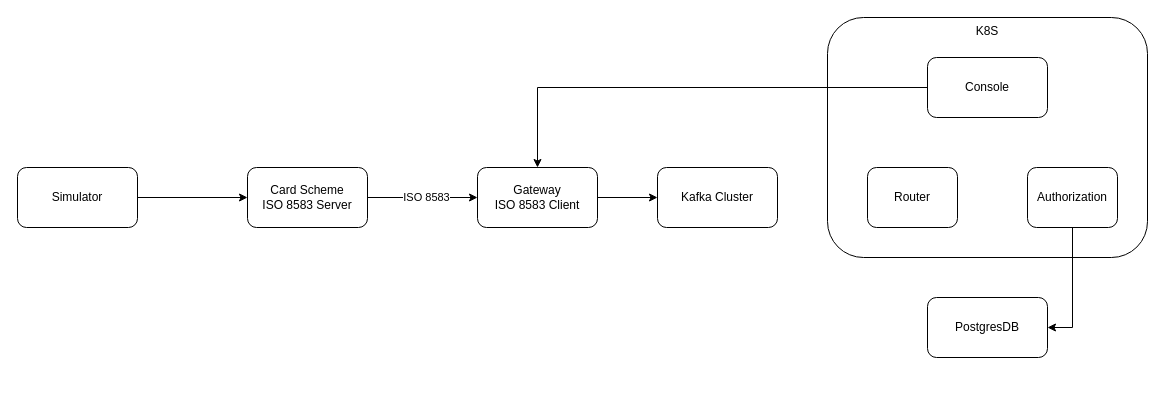
Above: iso8583.drawio in hieunguyen810/iso8583-demo (draw.io), before the change. Source tidied: cells renumbered, new cells numbered last; positions are measured from the earlier drawing's top-left corner, leaving out a move shared by most shapes. Both pictures are drawn from the tidied source at 100%, with x=0, y=0 at pixel (17, 17).
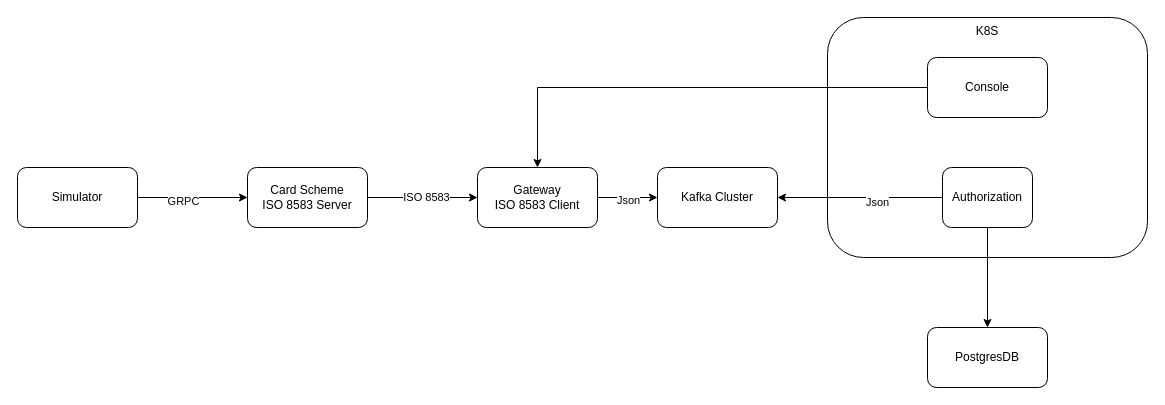
After the change.

What changed in the source:
```diff
@@
 <mxGraphModel>
   <root>
     <mxCell id="0" />
     <mxCell id="1" parent="0" />
     <mxCell id="2" style="edgeStyle=orthogonalEdgeStyle;rounded=0;jettySize=auto;html=1;" parent="1" edge="1" source="3" target="6">
       <mxGeometry relative="1" as="geometry" />
     </mxCell>
+    <mxCell id="17" value="GRPC" style="edgeLabel;html=1;align=center;verticalAlign=middle;" parent="2" vertex="1">
+      <mxGeometry x="-0.18" y="-3" relative="1" as="geometry" />
+    </mxCell>
     <mxCell id="3" value="Simulator" style="rounded=1;whiteSpace=wrap;html=1;" parent="1" vertex="1">
       <mxGeometry y="150" width="120" height="60" as="geometry" />
     </mxCell>
     <mxCell id="4" style="edgeStyle=orthogonalEdgeStyle;rounded=0;jettySize=auto;html=1;entryX=0;entryY=0.5;entryDx=0;entryDy=0;" parent="1" edge="1" source="6" target="8">
       <mxGeometry relative="1" as="geometry" />
     </mxCell>
     <mxCell id="5" value="ISO 8583" style="edgeLabel;html=1;align=center;verticalAlign=middle;" parent="4" vertex="1">
       <mxGeometry x="0.05" y="1" relative="1" as="geometry" />
     </mxCell>
     <mxCell id="6" value="&lt;div&gt;Card Scheme&lt;/div&gt;ISO 8583 Server" style="rounded=1;whiteSpace=wrap;html=1;" parent="1" vertex="1">
       <mxGeometry x="230" y="150" width="120" height="60" as="geometry" />
     </mxCell>
     <mxCell id="7" style="edgeStyle=orthogonalEdgeStyle;rounded=0;jettySize=auto;html=1;entryX=0;entryY=0.5;entryDx=0;entryDy=0;" parent="1" edge="1" source="8" target="10">
       <mxGeometry relative="1" as="geometry" />
     </mxCell>
+    <mxCell id="18" value="Json" style="edgeLabel;html=1;align=center;verticalAlign=middle;" parent="7" vertex="1">
+      <mxGeometry y="-2" relative="1" as="geometry" />
+    </mxCell>
     <mxCell id="8" value="Gateway&lt;div&gt;ISO 8583 Client&lt;/div&gt;" style="rounded=1;whiteSpace=wrap;html=1;" parent="1" vertex="1">
       <mxGeometry x="460" y="150" width="120" height="60" as="geometry" />
     </mxCell>
     <mxCell id="9" value="K8S" style="rounded=1;whiteSpace=wrap;html=1;verticalAlign=top;" parent="1" vertex="1">
       <mxGeometry x="810" width="320" height="240" as="geometry" />
     </mxCell>
     <mxCell id="10" value="Kafka Cluster" style="rounded=1;whiteSpace=wrap;html=1;" parent="1" vertex="1">
       <mxGeometry x="640" y="150" width="120" height="60" as="geometry" />
     </mxCell>
-    <mxCell id="11" value="Router" style="rounded=1;whiteSpace=wrap;html=1;" parent="1" vertex="1">
-      <mxGeometry x="850" y="150" width="90" height="60" as="geometry" />
-    </mxCell>
-    <mxCell id="12" style="edgeStyle=orthogonalEdgeStyle;rounded=0;jettySize=auto;html=1;entryX=1;entryY=0.5;entryDx=0;entryDy=0;" parent="1" edge="1" source="13" target="14">
+    <mxCell id="12" style="edgeStyle=orthogonalEdgeStyle;rounded=0;jettySize=auto;html=1;" parent="1" edge="1" source="13" target="14">
       <mxGeometry relative="1" as="geometry" />
     </mxCell>
+    <mxCell id="19" style="edgeStyle=orthogonalEdgeStyle;rounded=0;jettySize=auto;html=1;" parent="1" edge="1" source="13" target="10">
+      <mxGeometry relative="1" as="geometry" />
+    </mxCell>
+    <mxCell id="20" value="Json" style="edgeLabel;html=1;align=center;verticalAlign=middle;" parent="19" vertex="1">
+      <mxGeometry x="-0.2" y="4" relative="1" as="geometry" />
+    </mxCell>
     <mxCell id="13" value="Authorization" style="rounded=1;whiteSpace=wrap;html=1;" parent="1" vertex="1">
-      <mxGeometry x="1010" y="150" width="90" height="60" as="geometry" />
+      <mxGeometry x="925" y="150" width="90" height="60" as="geometry" />
     </mxCell>
     <mxCell id="14" value="PostgresDB" style="rounded=1;whiteSpace=wrap;html=1;" parent="1" vertex="1">
-      <mxGeometry x="910" y="280" width="120" height="60" as="geometry" />
+      <mxGeometry x="910" y="310" width="120" height="60" as="geometry" />
     </mxCell>
     <mxCell id="15" style="edgeStyle=orthogonalEdgeStyle;rounded=0;jettySize=auto;html=1;entryX=0.5;entryY=0;entryDx=0;entryDy=0;" parent="1" edge="1" source="16" target="8">
       <mxGeometry relative="1" as="geometry" />
     </mxCell>
     <mxCell id="16" value="Console" style="rounded=1;whiteSpace=wrap;html=1;" parent="1" vertex="1">
       <mxGeometry x="910" y="40" width="120" height="60" as="geometry" />
     </mxCell>
   </root>
 </mxGraphModel>
```
